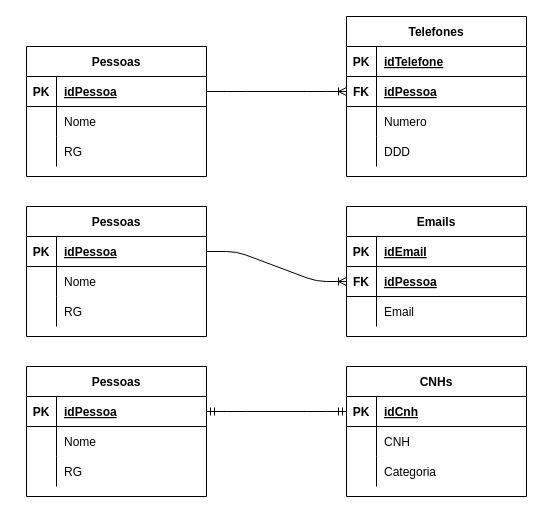
The draw.io diagram page "Logico" (2 of 2) of exercicios/1.1-exercicio-pessoas/exercicio-1.1.drawio in Viniart/SENAI_1BD, before the edit. Source tidied: cells renumbered, new cells numbered last; positions are measured from the earlier drawing's top-left corner, leaving out a move shared by most shapes. Both pictures are drawn from the tidied source at 100%, with x=0, y=0 at pixel (26, 16).
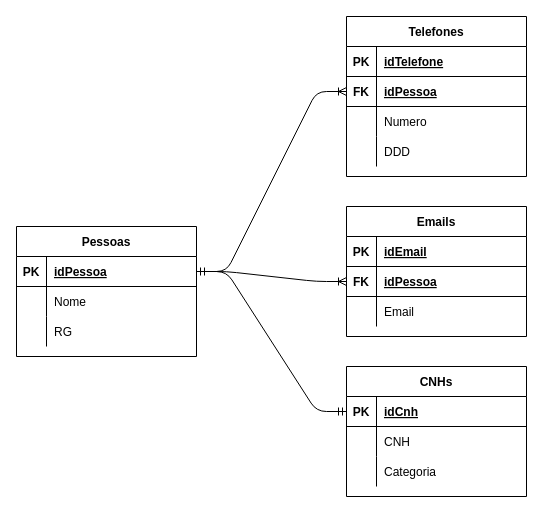
The same diagram, later.

Unchanged cells that the change refers to:
```xml
<mxCell id="16" style="shape=partialRectangle;fillColor=none;top=0;left=0;bottom=1;right=0;points=[[0,0.5],[1,0.5]];portConstraint=eastwest;" parent="12" vertex="1">
  <mxGeometry y="60" width="180" height="30" as="geometry" />
</mxCell>
<mxCell id="36" style="shape=partialRectangle;fillColor=none;top=0;left=0;bottom=1;right=0;points=[[0,0.5],[1,0.5]];portConstraint=eastwest;" parent="35" vertex="1">
  <mxGeometry y="30" width="180" height="30" as="geometry" />
</mxCell>
<mxCell id="58" style="shape=partialRectangle;fillColor=none;top=0;left=0;bottom=1;right=0;points=[[0,0.5],[1,0.5]];portConstraint=eastwest;" parent="57" vertex="1">
  <mxGeometry y="30" width="180" height="30" as="geometry" />
</mxCell>
```

What changed in the source:
```diff
@@
-    <mxCell id="2" value="Pessoas" style="shape=table;startSize=30;childLayout=tableLayout;rowLines=0;fontStyle=1;align=center;" parent="1" vertex="1">
-      <mxGeometry y="350" width="180" height="130" as="geometry" />
-    </mxCell>
-    <mxCell id="3" style="shape=partialRectangle;fillColor=none;top=0;left=0;bottom=1;right=0;points=[[0,0.5],[1,0.5]];portConstraint=eastwest;" parent="2" vertex="1">
-      <mxGeometry y="30" width="180" height="30" as="geometry" />
-    </mxCell>
-    <mxCell id="4" value="PK" style="shape=partialRectangle;fillColor=none;top=0;left=0;bottom=0;right=0;fontStyle=1;overflow=hidden;" parent="3" vertex="1">
-      <mxGeometry width="30" height="30" as="geometry" />
-    </mxCell>
-    <mxCell id="5" value="idPessoa" style="shape=partialRectangle;fillColor=none;top=0;left=0;bottom=0;right=0;align=left;spacingLeft=6;fontStyle=5;overflow=hidden;" parent="3" vertex="1">
-      <mxGeometry x="30" width="150" height="30" as="geometry" />
-    </mxCell>
-    <mxCell id="6" style="shape=partialRectangle;fillColor=none;top=0;left=0;bottom=0;right=0;" parent="2" vertex="1">
-      <mxGeometry y="60" width="180" height="30" as="geometry" />
-    </mxCell>
-    <mxCell id="7" style="shape=partialRectangle;fillColor=none;top=0;left=0;bottom=0;right=0;overflow=hidden;" parent="6" vertex="1">
-      <mxGeometry width="30" height="30" as="geometry" />
-    </mxCell>
-    <mxCell id="8" value="Nome" style="shape=partialRectangle;fillColor=none;top=0;left=0;bottom=0;right=0;align=left;spacingLeft=6;overflow=hidden;" parent="6" vertex="1">
-      <mxGeometry x="30" width="150" height="30" as="geometry" />
-    </mxCell>
-    <mxCell id="9" style="shape=partialRectangle;fillColor=none;top=0;left=0;bottom=0;right=0;" parent="2" vertex="1">
-      <mxGeometry y="90" width="180" height="30" as="geometry" />
-    </mxCell>
-    <mxCell id="10" style="shape=partialRectangle;fillColor=none;top=0;left=0;bottom=0;right=0;overflow=hidden;" parent="9" vertex="1">
-      <mxGeometry width="30" height="30" as="geometry" />
-    </mxCell>
-    <mxCell id="11" value="RG" style="shape=partialRectangle;fillColor=none;top=0;left=0;bottom=0;right=0;align=left;spacingLeft=6;overflow=hidden;" parent="9" vertex="1">
-      <mxGeometry x="30" width="150" height="30" as="geometry" />
-    </mxCell>
@@
-    <mxCell id="45" style="edgeStyle=entityRelationEdgeStyle;fontSize=12;html=1;endArrow=ERmandOne;startArrow=ERmandOne;exitX=1;exitY=0.5;exitDx=0;exitDy=0;entryX=0;entryY=0.5;entryDx=0;entryDy=0;" parent="1" edge="1" source="3" target="36">
+    <mxCell id="45" style="edgeStyle=entityRelationEdgeStyle;fontSize=12;html=1;endArrow=ERmandOne;startArrow=ERmandOne;exitX=1;exitY=0.5;exitDx=0;exitDy=0;entryX=0;entryY=0.5;entryDx=0;entryDy=0;" parent="1" edge="1" source="58" target="36">
       <mxGeometry relative="1" as="geometry" />
     </mxCell>
-    <mxCell id="46" style="edgeStyle=entityRelationEdgeStyle;fontSize=12;html=1;endArrow=ERoneToMany;exitX=1;exitY=0.5;exitDx=0;exitDy=0;entryX=0;entryY=0.5;entryDx=0;entryDy=0;" parent="1" edge="1" source="48" target="16">
+    <mxCell id="46" style="edgeStyle=entityRelationEdgeStyle;fontSize=12;html=1;endArrow=ERoneToMany;exitX=1;exitY=0.5;exitDx=0;exitDy=0;entryX=0;entryY=0.5;entryDx=0;entryDy=0;" parent="1" edge="1" source="58" target="16">
       <mxGeometry relative="1" as="geometry" />
     </mxCell>
-    <mxCell id="47" value="Pessoas" style="shape=table;startSize=30;childLayout=tableLayout;rowLines=0;fontStyle=1;align=center;" parent="1" vertex="1">
-      <mxGeometry y="190" width="180" height="130" as="geometry" />
-    </mxCell>
-    <mxCell id="48" style="shape=partialRectangle;fillColor=none;top=0;left=0;bottom=1;right=0;points=[[0,0.5],[1,0.5]];portConstraint=eastwest;" parent="47" vertex="1">
-      <mxGeometry y="30" width="180" height="30" as="geometry" />
-    </mxCell>
-    <mxCell id="49" value="PK" style="shape=partialRectangle;fillColor=none;top=0;left=0;bottom=0;right=0;fontStyle=1;overflow=hidden;" parent="48" vertex="1">
-      <mxGeometry width="30" height="30" as="geometry" />
-    </mxCell>
-    <mxCell id="50" value="idPessoa" style="shape=partialRectangle;fillColor=none;top=0;left=0;bottom=0;right=0;align=left;spacingLeft=6;fontStyle=5;overflow=hidden;" parent="48" vertex="1">
-      <mxGeometry x="30" width="150" height="30" as="geometry" />
-    </mxCell>
-    <mxCell id="51" style="shape=partialRectangle;fillColor=none;top=0;left=0;bottom=0;right=0;" parent="47" vertex="1">
-      <mxGeometry y="60" width="180" height="30" as="geometry" />
-    </mxCell>
-    <mxCell id="52" style="shape=partialRectangle;fillColor=none;top=0;left=0;bottom=0;right=0;overflow=hidden;" parent="51" vertex="1">
-      <mxGeometry width="30" height="30" as="geometry" />
-    </mxCell>
-    <mxCell id="53" value="Nome" style="shape=partialRectangle;fillColor=none;top=0;left=0;bottom=0;right=0;align=left;spacingLeft=6;overflow=hidden;" parent="51" vertex="1">
-      <mxGeometry x="30" width="150" height="30" as="geometry" />
-    </mxCell>
-    <mxCell id="54" style="shape=partialRectangle;fillColor=none;top=0;left=0;bottom=0;right=0;" parent="47" vertex="1">
-      <mxGeometry y="90" width="180" height="30" as="geometry" />
-    </mxCell>
-    <mxCell id="55" style="shape=partialRectangle;fillColor=none;top=0;left=0;bottom=0;right=0;overflow=hidden;" parent="54" vertex="1">
-      <mxGeometry width="30" height="30" as="geometry" />
-    </mxCell>
-    <mxCell id="56" value="RG" style="shape=partialRectangle;fillColor=none;top=0;left=0;bottom=0;right=0;align=left;spacingLeft=6;overflow=hidden;" parent="54" vertex="1">
-      <mxGeometry x="30" width="150" height="30" as="geometry" />
-    </mxCell>
     <mxCell id="57" value="Pessoas" style="shape=table;startSize=30;childLayout=tableLayout;rowLines=0;fontStyle=1;align=center;" parent="1" vertex="1">
-      <mxGeometry y="30" width="180" height="130" as="geometry" />
+      <mxGeometry x="-10" y="210" width="180" height="130" as="geometry" />
     </mxCell>
```
